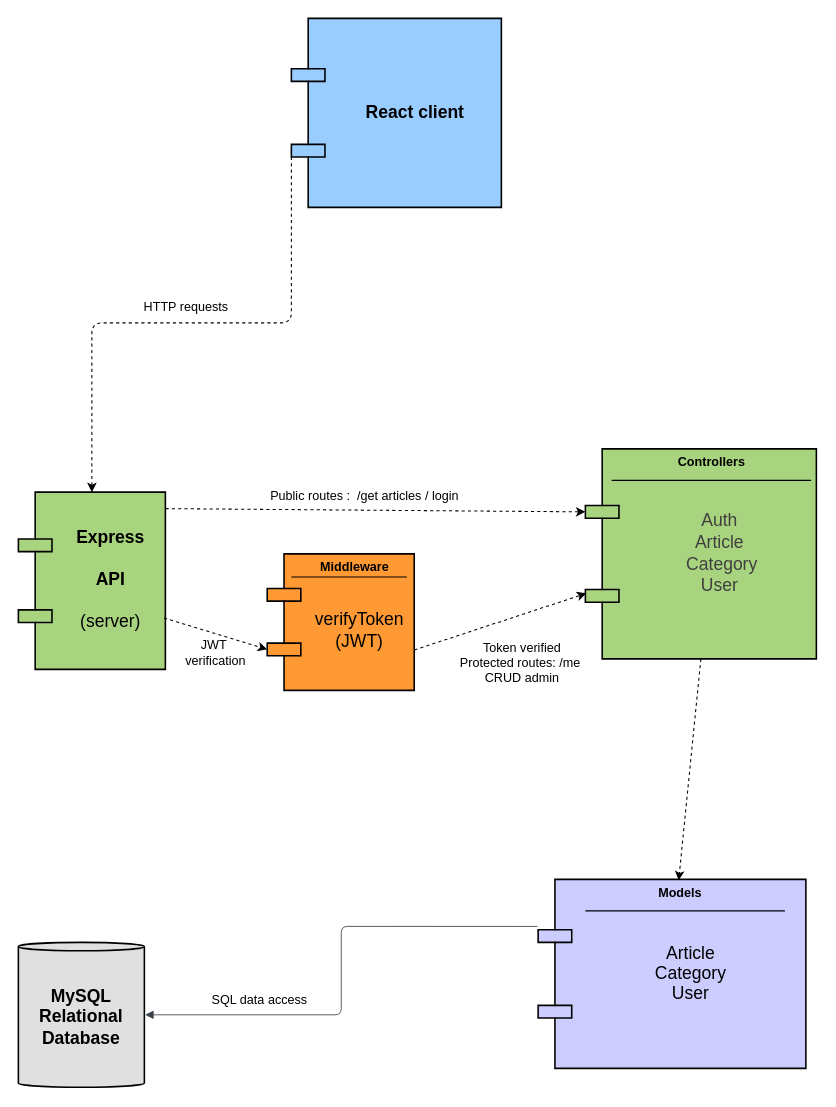
Above: server/doc/D-Composant.drawio in Effy93/brief-4 (draw.io), before the change. Source tidied: cells renumbered, new cells numbered last; positions are measured from the earlier drawing's top-left corner, leaving out a move shared by most shapes. Both pictures are drawn from the tidied source at 105%, with x=0, y=0 at pixel (18, 18).
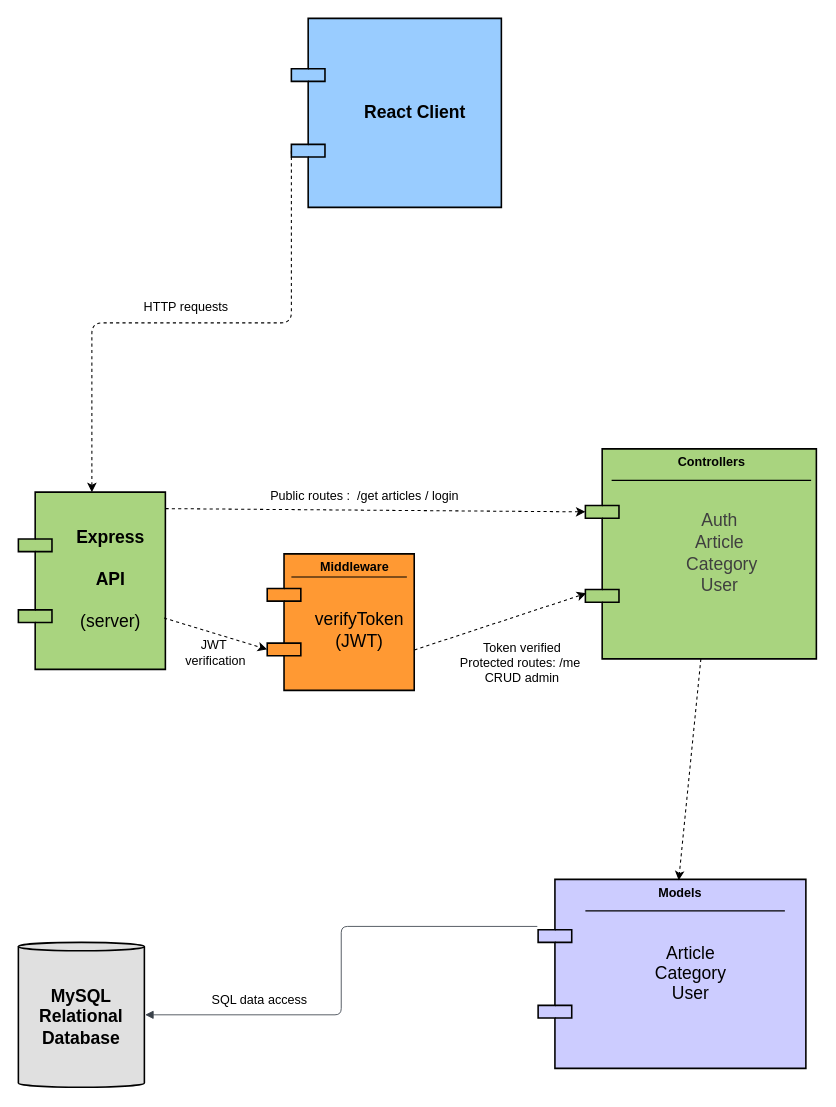
The same diagram, later.

Diff of the diagram source:
```diff
@@
-    <mxCell id="2" value="&lt;b&gt;React client&lt;/b&gt;" style="html=1;overflow=block;blockSpacing=1;whiteSpace=wrap;shape=component;align=center;spacingLeft=36;fontSize=16.7;spacing=0;strokeOpacity=100;rounded=1;absoluteArcSize=1;arcSize=9;fillColor=#99CCFF;strokeWidth=1.5;lucidId=cL5DBkrTCYNG;" parent="1" vertex="1">
+    <mxCell id="2" value="&lt;b&gt;React Client&lt;/b&gt;" style="html=1;overflow=block;blockSpacing=1;whiteSpace=wrap;shape=component;align=center;spacingLeft=36;fontSize=16.7;spacing=0;strokeOpacity=100;rounded=1;absoluteArcSize=1;arcSize=9;fillColor=#99CCFF;strokeWidth=1.5;lucidId=cL5DBkrTCYNG;" parent="1" vertex="1">
       <mxGeometry x="260" width="200" height="180" as="geometry" />
     </mxCell>
```
